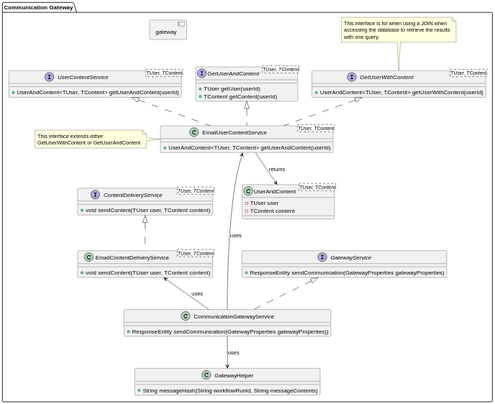
The PlantUML diagram Designs/Images/System Context/Components/GatewayInterfacesUserAndContent.svg in CameronWard301/communication_scheduler, before a commit.
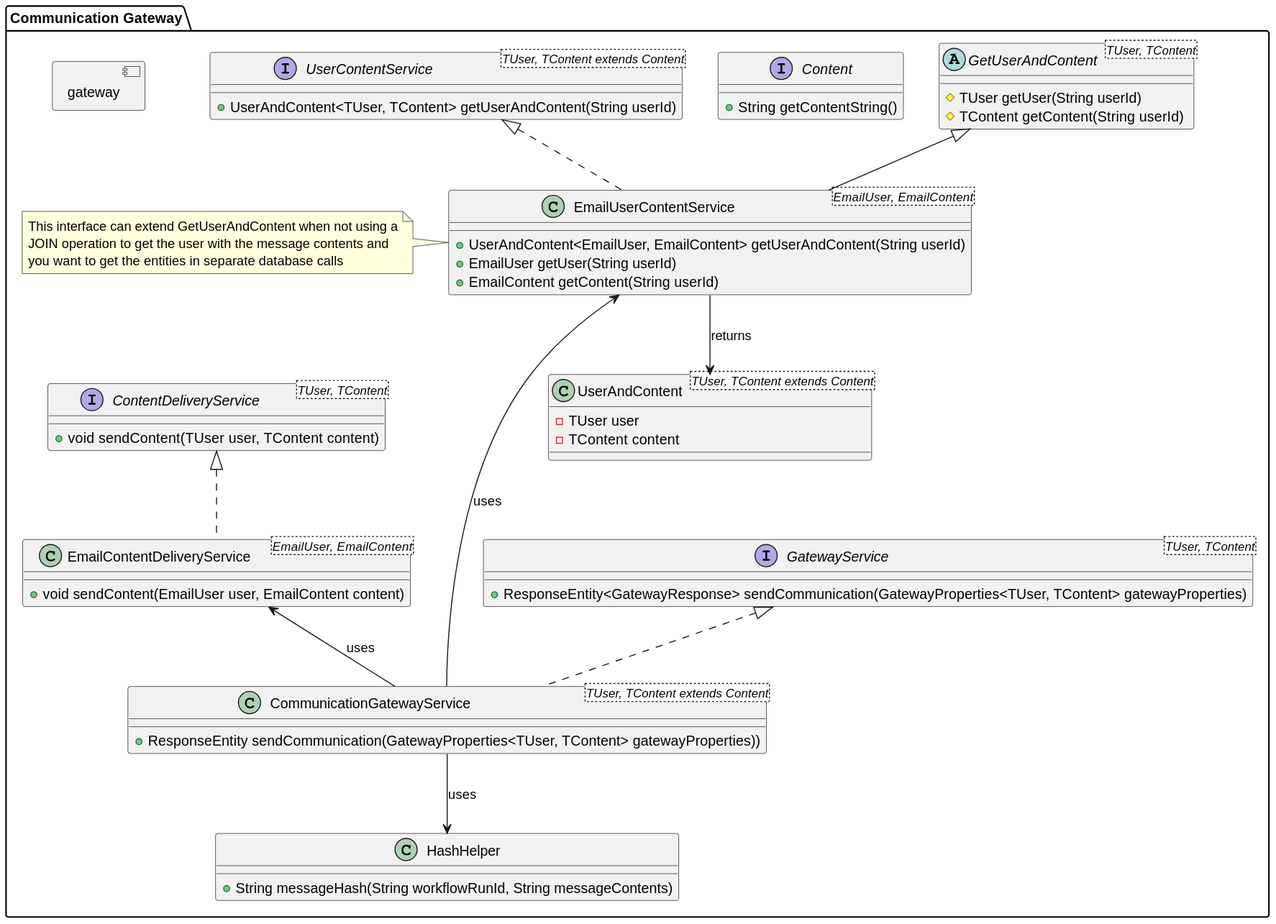
The same file after the commit.

Change to the diagram source:
```diff
@@ -5,62 +5,61 @@
     }
 
 
-    class GatewayHelper {
+    class HashHelper {
         + String messageHash(String workflowRunId, String messageContents)
     }
 
 
-    interface GatewayService {
-        + ResponseEntity sendCommunication(GatewayProperties gatewayProperties)
+    interface GatewayService <TUser, TContent>{
+            + ResponseEntity<GatewayResponse> sendCommunication(GatewayProperties<TUser, TContent> gatewayProperties)
     }
 
-    class CommunicationGatewayService implements GatewayService{
-        + ResponseEntity sendCommunication(GatewayProperties gatewayProperties))
-    }
-    interface GetUserWithContent <TUser, TContent> {
-        + UserAndContent<TUser, TContent> getUserWithContent(userId)
-    }
-    note top of GetUserWithContent
-            This interface is for when using a JOIN when
-            accessing the database to retrieve the results
-            with one query.
-        end note
-
-    interface GetUserAndContent <TUser, TContent> {
-        + TUser getUser(userId)
-        + TContent getContent(userId)
+    class CommunicationGatewayService<TUser, TContent extends Content> implements GatewayService {
+        + ResponseEntity sendCommunication(GatewayProperties<TUser, TContent> gatewayProperties))
     }
 
-    class UserAndContent <TUser, TContent> {
+    abstract class GetUserAndContent <TUser, TContent> {
+        # TUser getUser(String userId)
+        # TContent getContent(String userId)
+    }
+
+    interface Content {
+        + String getContentString()
+    }
+
+    class UserAndContent <TUser, TContent extends Content> {
         - TUser user
         - TContent content
     }
 
-    interface UserContentService <TUser, TContent> {
-        + UserAndContent<TUser, TContent> getUserAndContent(userId)
+    interface UserContentService <TUser, TContent extends Content> {
+            + UserAndContent<TUser, TContent> getUserAndContent(String userId)
     }
 
-    class EmailUserContentService <TUser, TContent> implements UserContentService, GetUserWithContent, GetUserAndContent {
-        + UserAndContent<TUser, TContent> getUserAndContent(userId)
+    class EmailUserContentService <EmailUser, EmailContent> extends GetUserAndContent implements UserContentService {
+        + UserAndContent<EmailUser, EmailContent> getUserAndContent(String userId)
+        + EmailUser getUser(String userId)
+        + EmailContent getContent(String userId)
     }
 
     interface ContentDeliveryService <TUser, TContent> {
         + void sendContent(TUser user, TContent content)
     }
 
-    class EmailContentDeliveryService <TUser, TContent> implements ContentDeliveryService {
-        + void sendContent(TUser user, TContent content)
+    class EmailContentDeliveryService<EmailUser, EmailContent> implements ContentDeliveryService {
+        + void sendContent(EmailUser user, EmailContent content)
     }
 
    note left of EmailUserContentService
-        This interface extends either
-        GetUserWithContent or GetUserAndContent
+        This interface can extend GetUserAndContent when not using a
+        JOIN operation to get the user with the message contents and
+        you want to get the entities in separate database calls
    end note
 
 
     CommunicationGatewayService -u-> EmailContentDeliveryService: uses
     CommunicationGatewayService -u---> EmailUserContentService: uses
-    CommunicationGatewayService --> GatewayHelper: uses
+    CommunicationGatewayService --> HashHelper: uses
     EmailUserContentService --> UserAndContent: returns
 }
 @enduml
```
